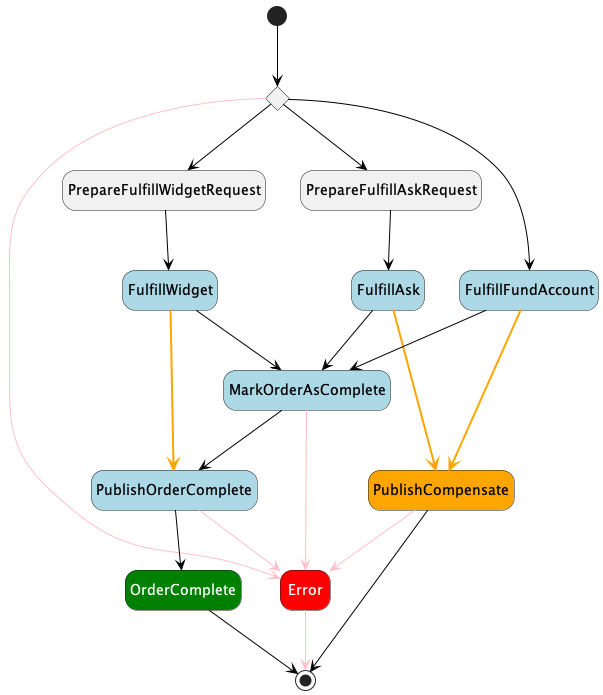
Above: docs/asl-puml-rendering-demo.asl.png in massfords/asl-puml (PlantUML), before the change. Its diagram source:
```plantuml
@startuml
hide empty description
skinparam LineBackgroundColor #black
skinparam ArrowColor #black
skinparam state {
    BackgroundColor<<aslFail>> #red
    FontColor<<aslFail>> #white

    BackgroundColor<<aslTask>> #lightblue
    BackgroundColor<<Compensate>> #orange

    BackgroundColor<<aslSucceed>> #green
    FontColor<<aslSucceed>> #white
}
state "Dispatch by type of item" as state1<<Choice>>
state "PrepareFulfillWidgetRequest" as state2<<aslPass>>
state "PrepareFulfillAskRequest" as state3<<aslPass>>
state "FulfillWidget" as state4<<aslTask>>
state "FulfillAsk" as state5<<aslTask>>
state "FulfillFundAccount" as state6<<aslTask>>
state "MarkOrderAsComplete" as state7<<aslTask>>
state "Error" as state8<<aslFail>>
state "PublishOrderComplete" as state9<<aslTask>>
state "OrderComplete" as state10<<aslSucceed>>
state "PublishCompensate" as state11<<Compensate>>
[*] --> state1
state1 --> state2
state1 --> state3
state1 --> state6
state1 -[#pink]-> state8
state2 --> state4
state3 --> state5
state4 --> state7
state4 -[bold,#orange]-> state9
state5 --> state7
state5 -[bold,#orange]-> state11
state6 --> state7
state6 -[bold,#orange]-> state11
state7 --> state9
state7 -[#pink]-> state8
state8 -[#pink]-> [*]
state9 --> state10
state9 -[#pink]-> state8
state10 --> [*]
state11 --> [*]
state11 -[#pink]-> state8
@enduml
```
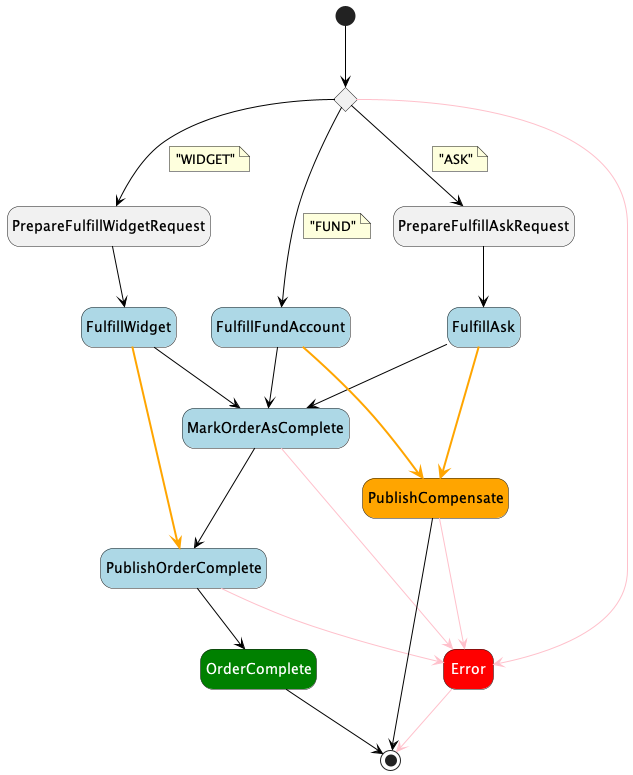
The same diagram one commit later.

Diff of the diagram source:
```diff
@@ -25,8 +25,17 @@
 state "PublishCompensate" as state11<<Compensate>>
 [*] --> state1
 state1 --> state2
+note on link
+"WIDGET"
+end note
 state1 --> state3
+note on link
+"ASK"
+end note
 state1 --> state6
+note on link
+"FUND"
+end note
 state1 -[#pink]-> state8
 state2 --> state4
 state3 --> state5
```
